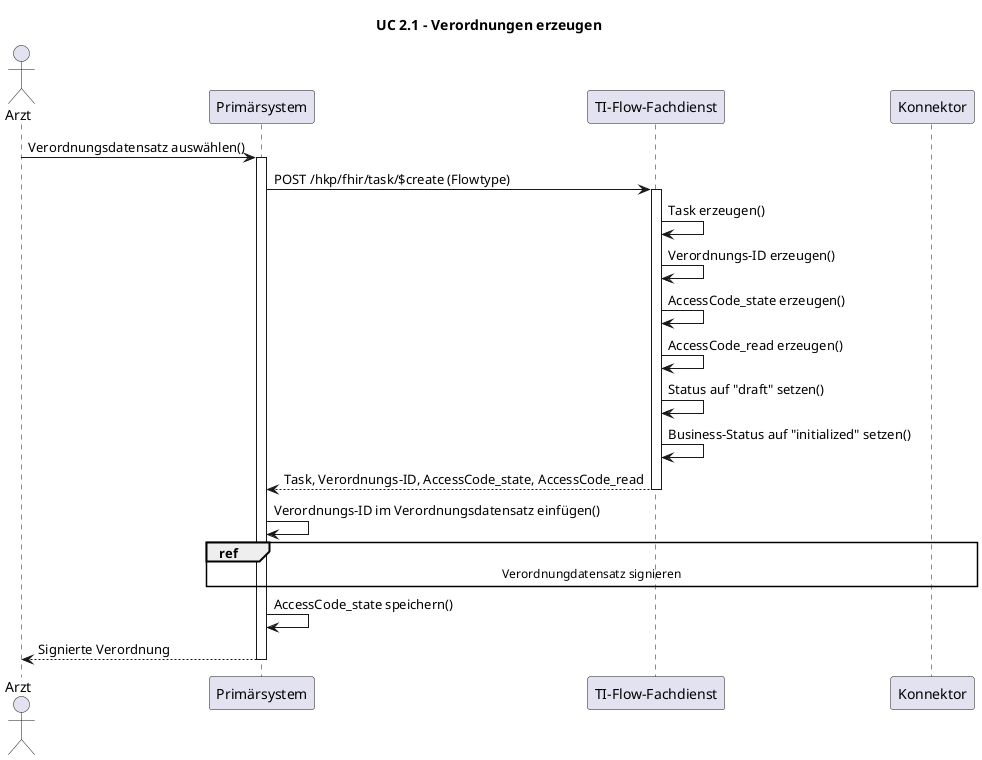
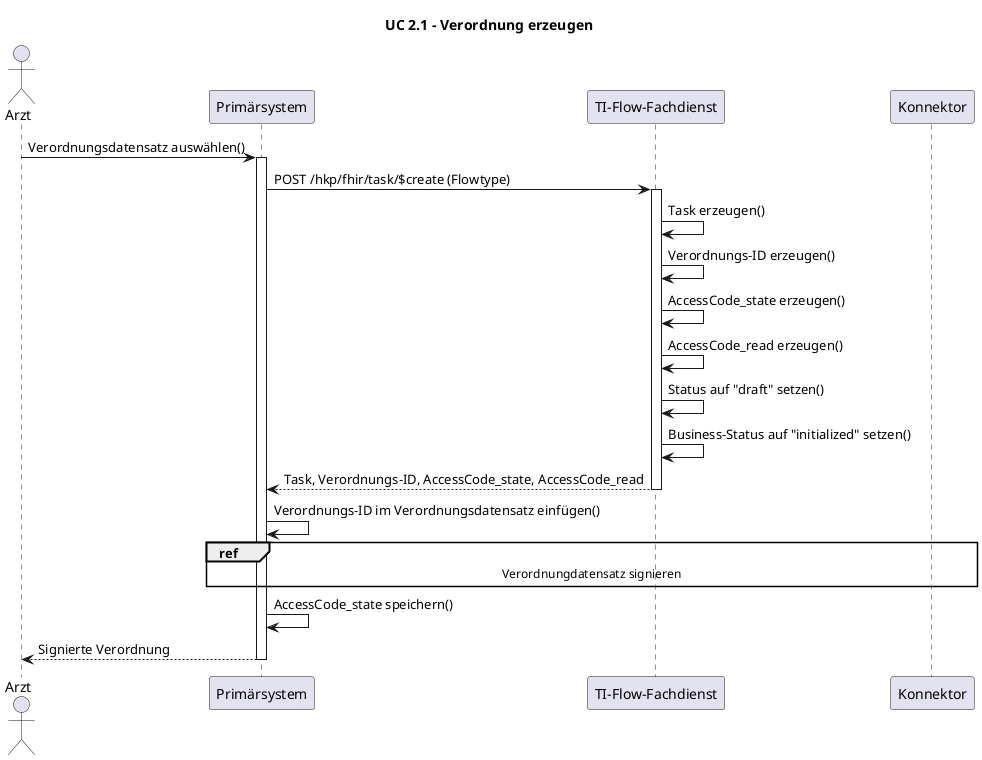
@startuml
- title UC 2.1 - Verordnungen erzeugen
+ title UC 2.1 - Verordnung erzeugen

actor "Arzt" as Arzt
participant "Primärsystem" as PS
participant "TI-Flow-Fachdienst" as FD
participant "Konnektor" as K

Arzt -> PS: Verordnungsdatensatz auswählen()
activate PS

PS -> FD: POST /hkp/fhir/task/$create (Flowtype)
activate FD
FD -> FD: Task erzeugen()
FD -> FD: Verordnungs-ID erzeugen()
FD -> FD: AccessCode_state erzeugen()
FD -> FD: AccessCode_read erzeugen()
FD -> FD: Status auf "draft" setzen()
FD -> FD: Business-Status auf "initialized" setzen()
FD --> PS: Task, Verordnungs-ID, AccessCode_state, AccessCode_read
deactivate FD

PS -> PS: Verordnungs-ID im Verordnungsdatensatz einfügen()

ref over PS, K: Verordnungdatensatz signieren

PS -> PS: AccessCode_state speichern()
PS --> Arzt: Signierte Verordnung
deactivate PS

@enduml